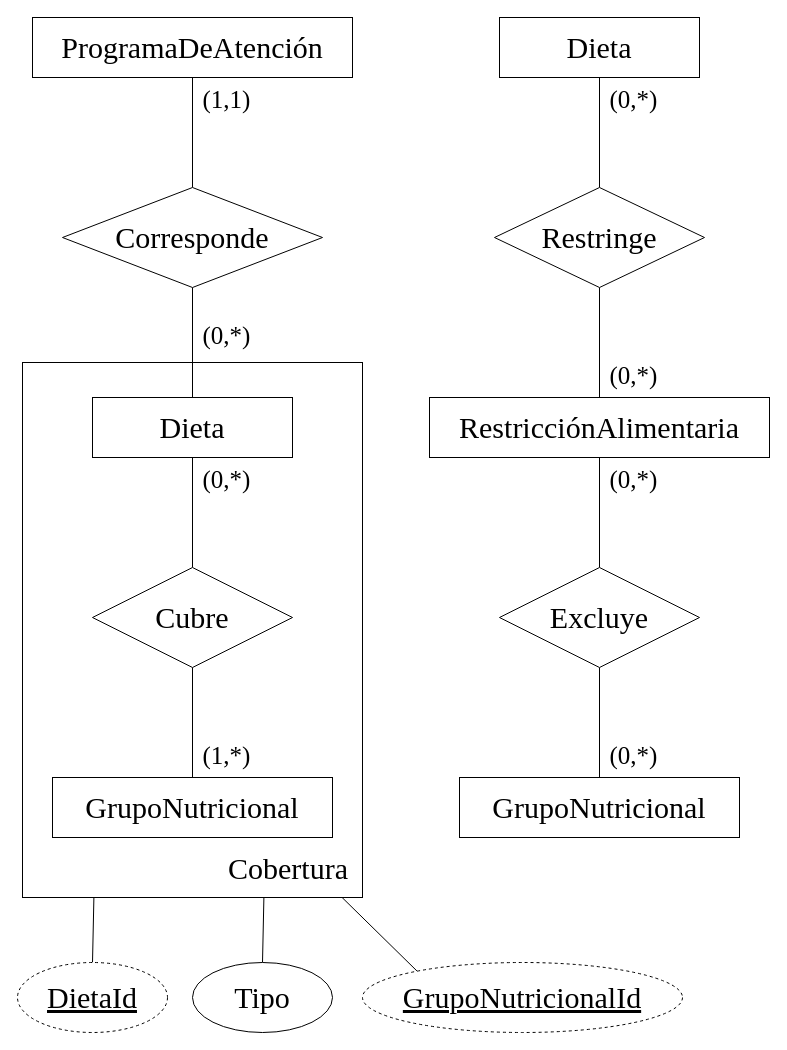
Before: page "Página-Relaciones-4" (7 of 12) of docs/MERX consolidado/MERX consolidado.drawio in Team-Bales/Menus-Nutricionales, a draw.io diagram. Source tidied: cells renumbered, new cells numbered last; positions are measured from the earlier drawing's top-left corner, leaving out a move shared by most shapes. Both pictures are drawn from the tidied source at 100%, with x=0, y=0 at pixel (17, 17).
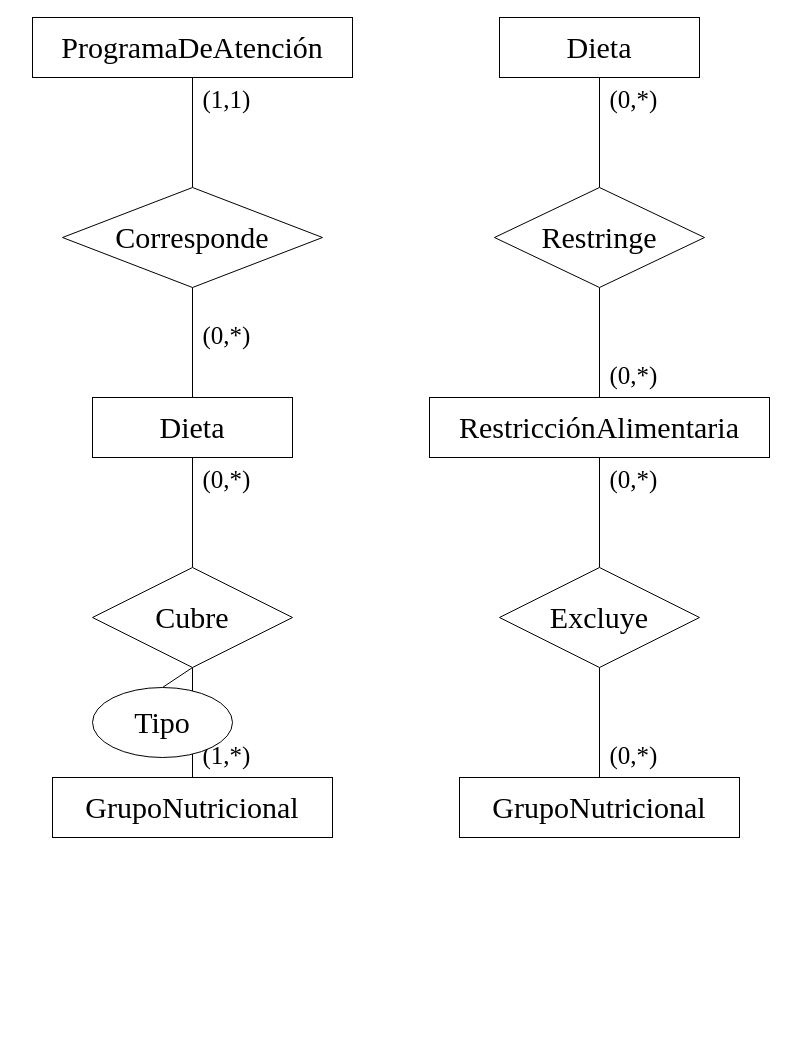
Above is the later version.

Unchanged cells that the change refers to:
```xml
<mxCell id="17" value="Cubre" style="shape=rhombus;perimeter=rhombusPerimeter;whiteSpace=wrap;html=1;align=center;fontFamily=Times New Roman;fontSize=30;" parent="1" vertex="1">
  <mxGeometry x="75" y="550" width="200" height="100" as="geometry" />
</mxCell>
```

Diff of the diagram source:
```diff
@@
-    <mxCell id="2" value="Cobertura" style="rounded=0;whiteSpace=wrap;html=1;fillColor=none;verticalAlign=bottom;spacingBottom=8;spacingTop=8;spacingLeft=12;spacingRight=12;align=right;fontFamily=Times New Roman;fontSize=30;" parent="1" vertex="1">
-      <mxGeometry x="5" y="345" width="340" height="535" as="geometry" />
-    </mxCell>
@@
-    <mxCell id="11" style="endArrow=none;html=1;rounded=0;fontFamily=Times New Roman;fontSize=25;labelBackgroundColor=none;exitX=0.21;exitY=1;exitDx=0;exitDy=0;entryX=0.5;entryY=0;entryDx=0;entryDy=0;" parent="1" edge="1" source="2" target="24">
-      <mxGeometry relative="1" as="geometry" />
-    </mxCell>
-    <mxCell id="12" style="endArrow=none;html=1;rounded=0;fontFamily=Times New Roman;fontSize=25;labelBackgroundColor=none;exitX=0.94;exitY=1;exitDx=0;exitDy=0;entryX=0.2;entryY=0.15;entryDx=0;entryDy=0;" parent="1" edge="1" source="2" target="25">
-      <mxGeometry relative="1" as="geometry" />
-    </mxCell>
-    <mxCell id="13" style="endArrow=none;html=1;rounded=0;fontFamily=Times New Roman;fontSize=25;labelBackgroundColor=none;exitX=0.71;exitY=1;exitDx=0;exitDy=0;entryX=0.5;entryY=0;entryDx=0;entryDy=0;" parent="1" edge="1" source="2" target="26">
-      <mxGeometry relative="1" as="geometry" />
-    </mxCell>
+    <mxCell id="27" style="endArrow=none;html=1;rounded=0;fontFamily=Times New Roman;fontSize=25;labelBackgroundColor=none;exitX=0.5;exitY=1;exitDx=0;exitDy=0;entryX=0.5;entryY=0;entryDx=0;entryDy=0;" parent="1" edge="1" source="17" target="26">
+      <mxGeometry relative="1" as="geometry" />
+    </mxCell>
@@
-    <mxCell id="24" value="DietaId" style="ellipse;whiteSpace=wrap;html=1;align=center;fontFamily=Times New Roman;fontSize=30;fontStyle=4;dashed=1;" parent="1" vertex="1">
-      <mxGeometry y="945" width="150" height="70" as="geometry" />
-    </mxCell>
-    <mxCell id="25" value="GrupoNutricionalId" style="ellipse;whiteSpace=wrap;html=1;align=center;fontFamily=Times New Roman;fontSize=30;fontStyle=4;dashed=1;" parent="1" vertex="1">
-      <mxGeometry x="345" y="945" width="320" height="70" as="geometry" />
-    </mxCell>
     <mxCell id="26" value="Tipo" style="ellipse;whiteSpace=wrap;html=1;align=center;fontFamily=Times New Roman;fontSize=30;" parent="1" vertex="1">
-      <mxGeometry x="175" y="945" width="140" height="70" as="geometry" />
+      <mxGeometry x="75" y="670" width="140" height="70" as="geometry" />
     </mxCell>
```
